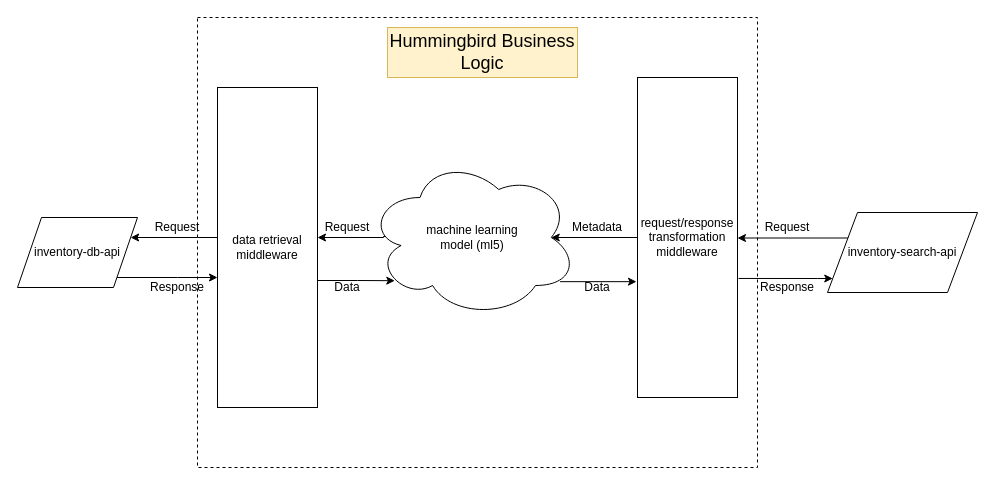
Earlier version of the draw.io diagram page "inventory-search-business-logic" (3 of 3) of architecture/hummingbird-inventory/inventory-architecture.drawio (HummingBirdN36/hummingbird-docs). Source tidied: cells renumbered, new cells numbered last; positions are measured from the earlier drawing's top-left corner, leaving out a move shared by most shapes. Both pictures are drawn from the tidied source at 100%, with x=0, y=0 at pixel (17, 17).
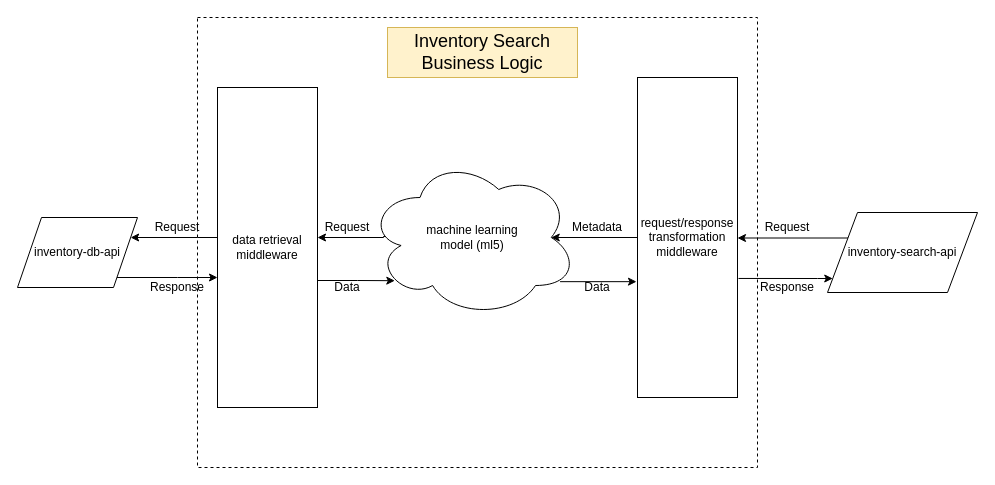
Above is the later version.

Diff of the diagram source:
```diff
@@
-    <mxCell id="16" value="&lt;font style=&quot;font-size: 18px&quot;&gt;Hummingbird Business Logic&lt;/font&gt;" style="text;html=1;strokeColor=#d6b656;fillColor=#fff2cc;align=center;verticalAlign=middle;whiteSpace=wrap;rounded=0;" parent="1" vertex="1">
+    <mxCell id="16" value="&lt;font style=&quot;font-size: 18px&quot;&gt;Inventory Search Business Logic&lt;/font&gt;" style="text;html=1;strokeColor=#d6b656;fillColor=#fff2cc;align=center;verticalAlign=middle;whiteSpace=wrap;rounded=0;" parent="1" vertex="1">
       <mxGeometry x="370" y="10" width="190" height="50" as="geometry" />
     </mxCell>
```
